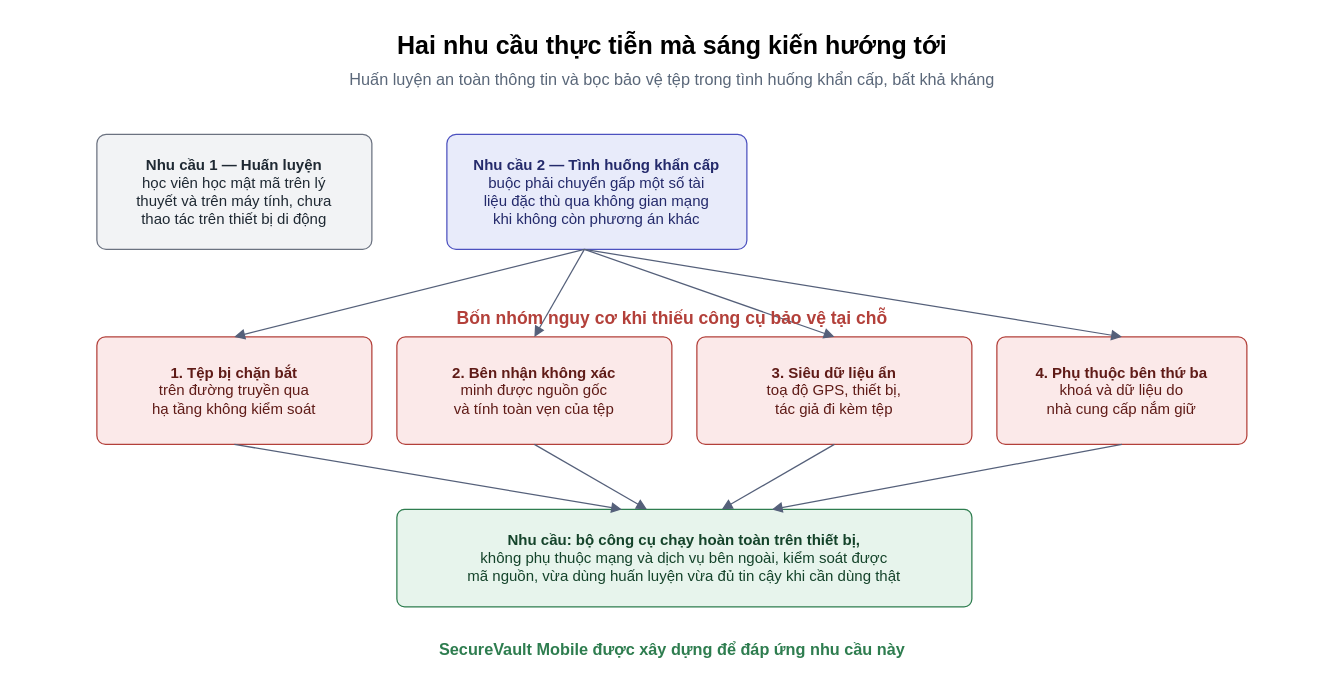
Above: hoso-sang-kien/hinh-anh/drawio/H1-bai-toan-thuc-te.drawio in imtoiteu/secure-vault-research (draw.io), before the change. Source tidied: cells renumbered, new cells numbered last; positions are measured from the earlier drawing's top-left corner, leaving out a move shared by most shapes. Both pictures are drawn from the tidied source at 125%, with x=0, y=0 at pixel (21, 21).
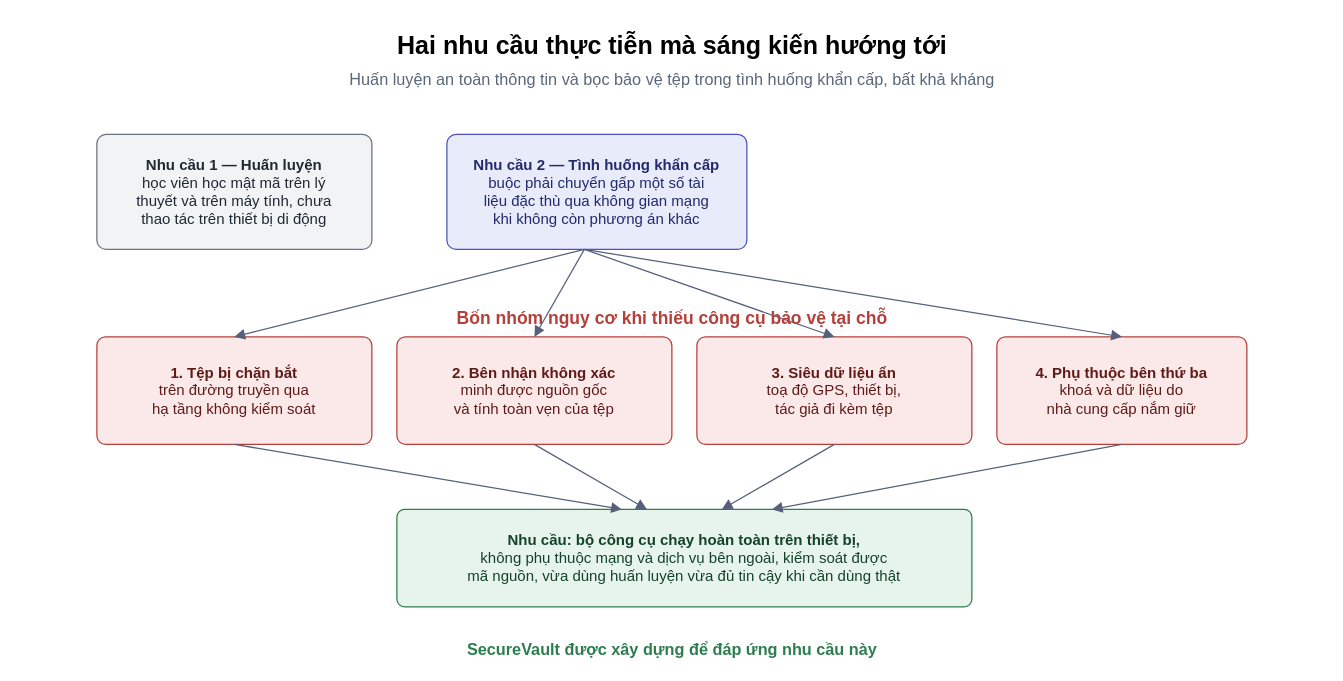
The same page after the edit.

Change to the diagram source:
```diff
@@
-    <mxCell id="20" value="SecureVault Mobile được xây dựng để đáp ứng nhu cầu này" style="text;html=1;fontSize=13;align=center;fontColor=#2E7D4F;fontStyle=1;" parent="1" vertex="1">
+    <mxCell id="20" value="SecureVault được xây dựng để đáp ứng nhu cầu này" style="text;html=1;fontSize=13;align=center;fontColor=#2E7D4F;fontStyle=1;" parent="1" vertex="1">
       <mxGeometry x="370" y="488" width="300" height="20" as="geometry" />
     </mxCell>
```
